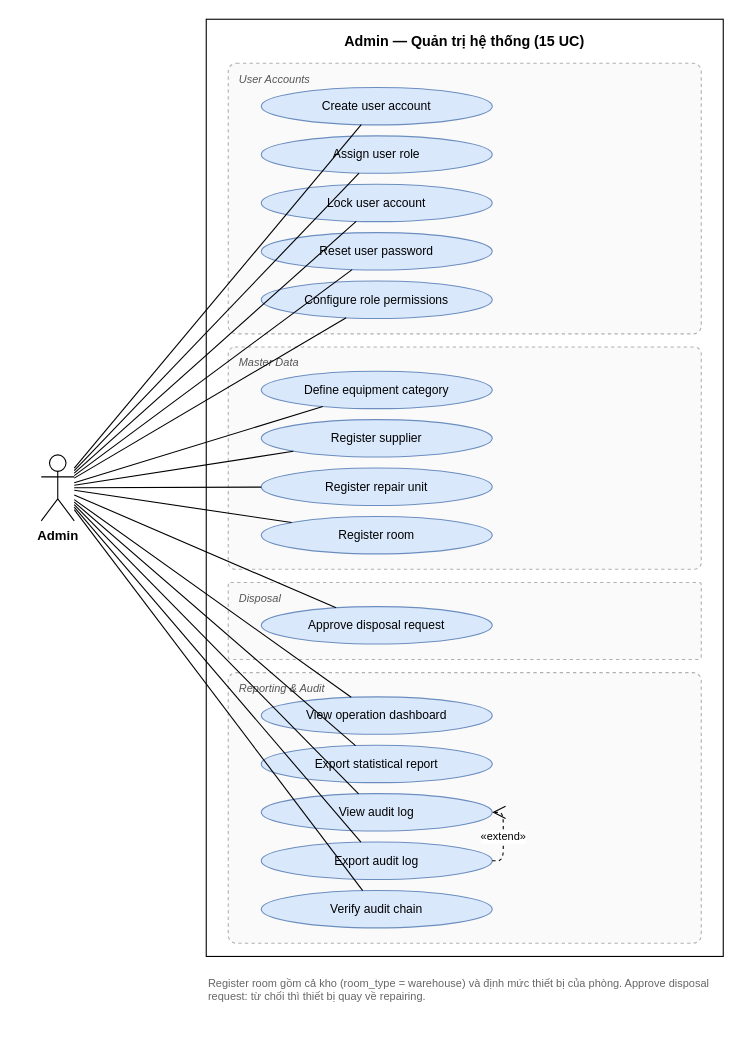
This is page "6. Admin" (6 of 6) of Actor_UseCase.drawio from Hoang-124/Ruo, a draw.io file, before an edit. Source tidied: cells renumbered, new cells numbered last; positions are measured from the earlier drawing's top-left corner, leaving out a move shared by most shapes. Both pictures are drawn from the tidied source at 110%, with x=0, y=0 at pixel (41, 19).
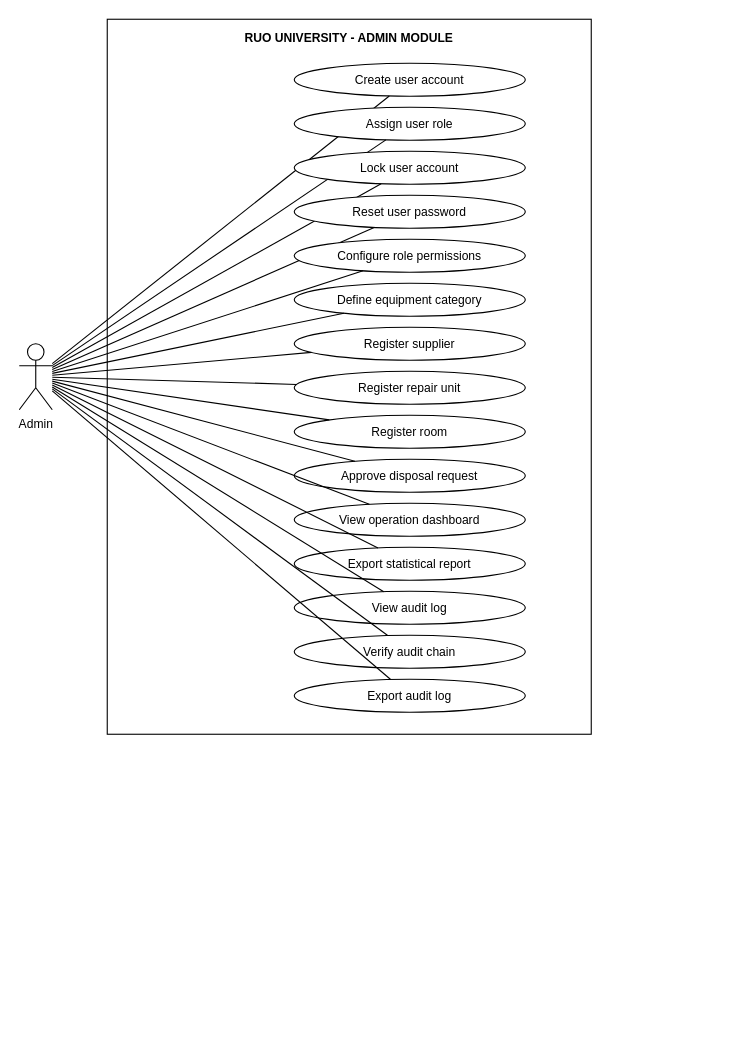
Above is the later version.

The edit, as a diff of the source:
```diff
@@
-    <mxCell id="2" value="Admin — Quản trị hệ thống (15 UC)" style="rounded=0;whiteSpace=wrap;html=1;fillColor=none;verticalAlign=top;align=center;fontSize=13;fontStyle=1;spacingTop=6;" parent="1" vertex="1">
-      <mxGeometry x="150" width="470" height="852" as="geometry" />
+    <mxCell id="2" value="RUO UNIVERSITY - ADMIN MODULE" style="rounded=0;whiteSpace=wrap;html=1;fillColor=none;verticalAlign=top;align=center;fontSize=11;fontStyle=1;spacingTop=4;" parent="1" vertex="1">
+      <mxGeometry x="60" width="440" height="650" as="geometry" />
     </mxCell>
-    <mxCell id="3" value="User Accounts" style="ruoFrame=1;rounded=1;arcSize=3;whiteSpace=wrap;html=1;dashed=1;fillColor=#fafafa;strokeColor=#b0b0b0;verticalAlign=top;align=left;spacingLeft=8;spacingTop=2;fontSize=10;fontStyle=2;fontColor=#555555;" parent="1" vertex="1">
-      <mxGeometry x="170" y="40" width="430" height="246" as="geometry" />
-    </mxCell>
-    <mxCell id="4" value="Master Data" style="ruoFrame=1;rounded=1;arcSize=3;whiteSpace=wrap;html=1;dashed=1;fillColor=#fafafa;strokeColor=#b0b0b0;verticalAlign=top;align=left;spacingLeft=8;spacingTop=2;fontSize=10;fontStyle=2;fontColor=#555555;" parent="1" vertex="1">
-      <mxGeometry x="170" y="298" width="430" height="202" as="geometry" />
-    </mxCell>
-    <mxCell id="5" value="Disposal" style="ruoFrame=1;rounded=1;arcSize=3;whiteSpace=wrap;html=1;dashed=1;fillColor=#fafafa;strokeColor=#b0b0b0;verticalAlign=top;align=left;spacingLeft=8;spacingTop=2;fontSize=10;fontStyle=2;fontColor=#555555;" parent="1" vertex="1">
-      <mxGeometry x="170" y="512" width="430" height="70" as="geometry" />
-    </mxCell>
-    <mxCell id="6" value="Reporting &amp; Audit" style="ruoFrame=1;rounded=1;arcSize=3;whiteSpace=wrap;html=1;dashed=1;fillColor=#fafafa;strokeColor=#b0b0b0;verticalAlign=top;align=left;spacingLeft=8;spacingTop=2;fontSize=10;fontStyle=2;fontColor=#555555;" parent="1" vertex="1">
-      <mxGeometry x="170" y="594" width="430" height="246" as="geometry" />
-    </mxCell>
+    <mxCell id="22" value="Admin" style="shape=umlActor;verticalLabelPosition=bottom;verticalAlign=top;html=1;outlineConnect=0;fontSize=11;" parent="1" vertex="1">
+      <mxGeometry x="-20" y="295" width="30" height="60" as="geometry" />
+    </mxCell>
-    <mxCell id="7" value="Create user account" style="ellipse;whiteSpace=wrap;html=1;fontSize=11;fillColor=#dae8fc;strokeColor=#6c8ebf;" parent="1" vertex="1">
-      <mxGeometry x="200" y="62" width="210" height="34" as="geometry" />
+    <mxCell id="7" value="Create user account" style="ellipse;whiteSpace=wrap;html=1;fontSize=11;fillColor=#ffffff;strokeColor=#000000;" parent="1" vertex="1">
+      <mxGeometry x="230" y="40" width="210" height="30" as="geometry" />
     </mxCell>
+    <mxCell id="40" style="endArrow=none;html=1;rounded=0;strokeWidth=1;" parent="1" edge="1" source="22" target="7">
+      <mxGeometry relative="1" as="geometry" />
+    </mxCell>
-    <mxCell id="8" value="Assign user role" style="ellipse;whiteSpace=wrap;html=1;fontSize=11;fillColor=#dae8fc;strokeColor=#6c8ebf;" parent="1" vertex="1">
-      <mxGeometry x="200" y="106" width="210" height="34" as="geometry" />
+    <mxCell id="8" value="Assign user role" style="ellipse;whiteSpace=wrap;html=1;fontSize=11;fillColor=#ffffff;strokeColor=#000000;" parent="1" vertex="1">
+      <mxGeometry x="230" y="80" width="210" height="30" as="geometry" />
     </mxCell>
+    <mxCell id="23" style="endArrow=none;html=1;rounded=0;strokeWidth=1;" parent="1" edge="1" source="22" target="8">
+      <mxGeometry relative="1" as="geometry" />
+    </mxCell>
-    <mxCell id="9" value="Lock user account" style="ellipse;whiteSpace=wrap;html=1;fontSize=11;fillColor=#dae8fc;strokeColor=#6c8ebf;" parent="1" vertex="1">
-      <mxGeometry x="200" y="150" width="210" height="34" as="geometry" />
+    <mxCell id="9" value="Lock user account" style="ellipse;whiteSpace=wrap;html=1;fontSize=11;fillColor=#ffffff;strokeColor=#000000;" parent="1" vertex="1">
+      <mxGeometry x="230" y="120" width="210" height="30" as="geometry" />
     </mxCell>
+    <mxCell id="24" style="endArrow=none;html=1;rounded=0;strokeWidth=1;" parent="1" edge="1" source="22" target="9">
+      <mxGeometry relative="1" as="geometry" />
+    </mxCell>
-    <mxCell id="10" value="Reset user password" style="ellipse;whiteSpace=wrap;html=1;fontSize=11;fillColor=#dae8fc;strokeColor=#6c8ebf;" parent="1" vertex="1">
-      <mxGeometry x="200" y="194" width="210" height="34" as="geometry" />
+    <mxCell id="10" value="Reset user password" style="ellipse;whiteSpace=wrap;html=1;fontSize=11;fillColor=#ffffff;strokeColor=#000000;" parent="1" vertex="1">
+      <mxGeometry x="230" y="160" width="210" height="30" as="geometry" />
     </mxCell>
+    <mxCell id="25" style="endArrow=none;html=1;rounded=0;strokeWidth=1;" parent="1" edge="1" source="22" target="10">
+      <mxGeometry relative="1" as="geometry" />
+    </mxCell>
-    <mxCell id="11" value="Configure role permissions" style="ellipse;whiteSpace=wrap;html=1;fontSize=11;fillColor=#dae8fc;strokeColor=#6c8ebf;" parent="1" vertex="1">
-      <mxGeometry x="200" y="238" width="210" height="34" as="geometry" />
+    <mxCell id="11" value="Configure role permissions" style="ellipse;whiteSpace=wrap;html=1;fontSize=11;fillColor=#ffffff;strokeColor=#000000;" parent="1" vertex="1">
+      <mxGeometry x="230" y="200" width="210" height="30" as="geometry" />
     </mxCell>
+    <mxCell id="26" style="endArrow=none;html=1;rounded=0;strokeWidth=1;" parent="1" edge="1" source="22" target="11">
+      <mxGeometry relative="1" as="geometry" />
+    </mxCell>
-    <mxCell id="12" value="Define equipment category" style="ellipse;whiteSpace=wrap;html=1;fontSize=11;fillColor=#dae8fc;strokeColor=#6c8ebf;" parent="1" vertex="1">
-      <mxGeometry x="200" y="320" width="210" height="34" as="geometry" />
+    <mxCell id="12" value="Define equipment category" style="ellipse;whiteSpace=wrap;html=1;fontSize=11;fillColor=#ffffff;strokeColor=#000000;" parent="1" vertex="1">
+      <mxGeometry x="230" y="240" width="210" height="30" as="geometry" />
     </mxCell>
+    <mxCell id="27" style="endArrow=none;html=1;rounded=0;strokeWidth=1;" parent="1" edge="1" source="22" target="12">
+      <mxGeometry relative="1" as="geometry" />
+    </mxCell>
-    <mxCell id="13" value="Register supplier" style="ellipse;whiteSpace=wrap;html=1;fontSize=11;fillColor=#dae8fc;strokeColor=#6c8ebf;" parent="1" vertex="1">
-      <mxGeometry x="200" y="364" width="210" height="34" as="geometry" />
+    <mxCell id="13" value="Register supplier" style="ellipse;whiteSpace=wrap;html=1;fontSize=11;fillColor=#ffffff;strokeColor=#000000;" parent="1" vertex="1">
+      <mxGeometry x="230" y="280" width="210" height="30" as="geometry" />
     </mxCell>
+    <mxCell id="28" style="endArrow=none;html=1;rounded=0;strokeWidth=1;" parent="1" edge="1" source="22" target="13">
+      <mxGeometry relative="1" as="geometry" />
+    </mxCell>
-    <mxCell id="14" value="Register repair unit" style="ellipse;whiteSpace=wrap;html=1;fontSize=11;fillColor=#dae8fc;strokeColor=#6c8ebf;" parent="1" vertex="1">
-      <mxGeometry x="200" y="408" width="210" height="34" as="geometry" />
+    <mxCell id="14" value="Register repair unit" style="ellipse;whiteSpace=wrap;html=1;fontSize=11;fillColor=#ffffff;strokeColor=#000000;" parent="1" vertex="1">
+      <mxGeometry x="230" y="320" width="210" height="30" as="geometry" />
     </mxCell>
+    <mxCell id="29" style="endArrow=none;html=1;rounded=0;strokeWidth=1;" parent="1" edge="1" source="22" target="14">
+      <mxGeometry relative="1" as="geometry" />
+    </mxCell>
-    <mxCell id="15" value="Register room" style="ellipse;whiteSpace=wrap;html=1;fontSize=11;fillColor=#dae8fc;strokeColor=#6c8ebf;" parent="1" vertex="1">
-      <mxGeometry x="200" y="452" width="210" height="34" as="geometry" />
+    <mxCell id="15" value="Register room" style="ellipse;whiteSpace=wrap;html=1;fontSize=11;fillColor=#ffffff;strokeColor=#000000;" parent="1" vertex="1">
+      <mxGeometry x="230" y="360" width="210" height="30" as="geometry" />
     </mxCell>
+    <mxCell id="30" style="endArrow=none;html=1;rounded=0;strokeWidth=1;" parent="1" edge="1" source="22" target="15">
+      <mxGeometry relative="1" as="geometry" />
+    </mxCell>
-    <mxCell id="16" value="Approve disposal request" style="ellipse;whiteSpace=wrap;html=1;fontSize=11;fillColor=#dae8fc;strokeColor=#6c8ebf;" parent="1" vertex="1">
-      <mxGeometry x="200" y="534" width="210" height="34" as="geometry" />
+    <mxCell id="16" value="Approve disposal request" style="ellipse;whiteSpace=wrap;html=1;fontSize=11;fillColor=#ffffff;strokeColor=#000000;" parent="1" vertex="1">
+      <mxGeometry x="230" y="400" width="210" height="30" as="geometry" />
     </mxCell>
+    <mxCell id="31" style="endArrow=none;html=1;rounded=0;strokeWidth=1;" parent="1" edge="1" source="22" target="16">
+      <mxGeometry relative="1" as="geometry" />
+    </mxCell>
-    <mxCell id="17" value="View operation dashboard" style="ellipse;whiteSpace=wrap;html=1;fontSize=11;fillColor=#dae8fc;strokeColor=#6c8ebf;" parent="1" vertex="1">
-      <mxGeometry x="200" y="616" width="210" height="34" as="geometry" />
+    <mxCell id="17" value="View operation dashboard" style="ellipse;whiteSpace=wrap;html=1;fontSize=11;fillColor=#ffffff;strokeColor=#000000;" parent="1" vertex="1">
+      <mxGeometry x="230" y="440" width="210" height="30" as="geometry" />
     </mxCell>
+    <mxCell id="32" style="endArrow=none;html=1;rounded=0;strokeWidth=1;" parent="1" edge="1" source="22" target="17">
+      <mxGeometry relative="1" as="geometry" />
+    </mxCell>
-    <mxCell id="18" value="Export statistical report" style="ellipse;whiteSpace=wrap;html=1;fontSize=11;fillColor=#dae8fc;strokeColor=#6c8ebf;" parent="1" vertex="1">
-      <mxGeometry x="200" y="660" width="210" height="34" as="geometry" />
+    <mxCell id="18" value="Export statistical report" style="ellipse;whiteSpace=wrap;html=1;fontSize=11;fillColor=#ffffff;strokeColor=#000000;" parent="1" vertex="1">
+      <mxGeometry x="230" y="480" width="210" height="30" as="geometry" />
     </mxCell>
+    <mxCell id="33" style="endArrow=none;html=1;rounded=0;strokeWidth=1;" parent="1" edge="1" source="22" target="18">
+      <mxGeometry relative="1" as="geometry" />
+    </mxCell>
-    <mxCell id="19" value="View audit log" style="ellipse;whiteSpace=wrap;html=1;fontSize=11;fillColor=#dae8fc;strokeColor=#6c8ebf;" parent="1" vertex="1">
-      <mxGeometry x="200" y="704" width="210" height="34" as="geometry" />
+    <mxCell id="19" value="View audit log" style="ellipse;whiteSpace=wrap;html=1;fontSize=11;fillColor=#ffffff;strokeColor=#000000;" parent="1" vertex="1">
+      <mxGeometry x="230" y="520" width="210" height="30" as="geometry" />
     </mxCell>
+    <mxCell id="34" style="endArrow=none;html=1;rounded=0;strokeWidth=1;" parent="1" edge="1" source="22" target="19">
+      <mxGeometry relative="1" as="geometry" />
+    </mxCell>
+    <mxCell id="21" value="Verify audit chain" style="ellipse;whiteSpace=wrap;html=1;fontSize=11;fillColor=#ffffff;strokeColor=#000000;" parent="1" vertex="1">
+      <mxGeometry x="230" y="560" width="210" height="30" as="geometry" />
+    </mxCell>
+    <mxCell id="35" style="endArrow=none;html=1;rounded=0;strokeWidth=1;" parent="1" edge="1" source="22" target="21">
+      <mxGeometry relative="1" as="geometry" />
+    </mxCell>
-    <mxCell id="20" value="Export audit log" style="ellipse;whiteSpace=wrap;html=1;fontSize=11;fillColor=#dae8fc;strokeColor=#6c8ebf;" parent="1" vertex="1">
-      <mxGeometry x="200" y="748" width="210" height="34" as="geometry" />
+    <mxCell id="20" value="Export audit log" style="ellipse;whiteSpace=wrap;html=1;fontSize=11;fillColor=#ffffff;strokeColor=#000000;" parent="1" vertex="1">
+      <mxGeometry x="230" y="600" width="210" height="30" as="geometry" />
     </mxCell>
-    <mxCell id="21" value="Verify audit chain" style="ellipse;whiteSpace=wrap;html=1;fontSize=11;fillColor=#dae8fc;strokeColor=#6c8ebf;" parent="1" vertex="1">
-      <mxGeometry x="200" y="792" width="210" height="34" as="geometry" />
-    </mxCell>
-    <mxCell id="22" value="Admin" style="shape=umlActor;verticalLabelPosition=bottom;verticalAlign=top;html=1;outlineConnect=0;fontSize=12;fontStyle=1;" parent="1" vertex="1">
-      <mxGeometry y="396" width="30" height="60" as="geometry" />
-    </mxCell>
-    <mxCell id="23" style="endArrow=none;html=1;rounded=0;" parent="1" edge="1" source="22" target="7">
-      <mxGeometry relative="1" as="geometry" />
-    </mxCell>
-    <mxCell id="24" style="endArrow=none;html=1;rounded=0;" parent="1" edge="1" source="22" target="8">
-      <mxGeometry relative="1" as="geometry" />
-    </mxCell>
-    <mxCell id="25" style="endArrow=none;html=1;rounded=0;" parent="1" edge="1" source="22" target="9">
-      <mxGeometry relative="1" as="geometry" />
-    </mxCell>
-    <mxCell id="26" style="endArrow=none;html=1;rounded=0;" parent="1" edge="1" source="22" target="10">
-      <mxGeometry relative="1" as="geometry" />
-    </mxCell>
-    <mxCell id="27" style="endArrow=none;html=1;rounded=0;" parent="1" edge="1" source="22" target="11">
-      <mxGeometry relative="1" as="geometry" />
-    </mxCell>
-    <mxCell id="28" style="endArrow=none;html=1;rounded=0;" parent="1" edge="1" source="22" target="12">
-      <mxGeometry relative="1" as="geometry" />
-    </mxCell>
-    <mxCell id="29" style="endArrow=none;html=1;rounded=0;" parent="1" edge="1" source="22" target="13">
-      <mxGeometry relative="1" as="geometry" />
-    </mxCell>
-    <mxCell id="30" style="endArrow=none;html=1;rounded=0;" parent="1" edge="1" source="22" target="14">
-      <mxGeometry relative="1" as="geometry" />
-    </mxCell>
-    <mxCell id="31" style="endArrow=none;html=1;rounded=0;" parent="1" edge="1" source="22" target="15">
-      <mxGeometry relative="1" as="geometry" />
-    </mxCell>
-    <mxCell id="32" style="endArrow=none;html=1;rounded=0;" parent="1" edge="1" source="22" target="16">
-      <mxGeometry relative="1" as="geometry" />
-    </mxCell>
-    <mxCell id="33" style="endArrow=none;html=1;rounded=0;" parent="1" edge="1" source="22" target="17">
-      <mxGeometry relative="1" as="geometry" />
-    </mxCell>
-    <mxCell id="34" style="endArrow=none;html=1;rounded=0;" parent="1" edge="1" source="22" target="18">
-      <mxGeometry relative="1" as="geometry" />
-    </mxCell>
-    <mxCell id="35" style="endArrow=none;html=1;rounded=0;" parent="1" edge="1" source="22" target="19">
-      <mxGeometry relative="1" as="geometry" />
-    </mxCell>
-    <mxCell id="36" style="endArrow=none;html=1;rounded=0;" parent="1" edge="1" source="22" target="20">
+    <mxCell id="36" style="endArrow=none;html=1;rounded=0;strokeWidth=1;" parent="1" edge="1" source="22" target="20">
       <mxGeometry relative="1" as="geometry" />
     </mxCell>
-    <mxCell id="37" style="endArrow=none;html=1;rounded=0;" parent="1" edge="1" source="22" target="21">
-      <mxGeometry relative="1" as="geometry" />
-    </mxCell>
-    <mxCell id="38" value="«extend»" style="endArrow=open;endSize=10;dashed=1;html=1;fontSize=10;labelBackgroundColor=#ffffff;edgeStyle=orthogonalEdgeStyle;rounded=1;exitX=1;exitY=0.5;exitDx=0;exitDy=0;entryX=1;entryY=0.5;entryDx=0;entryDy=0;" parent="1" edge="1" source="20" target="19">
-      <mxGeometry relative="1" as="geometry" />
-    </mxCell>
-    <mxCell id="39" value="Register room gồm cả kho (room_type = warehouse) và định mức thiết bị của phòng. Approve disposal request: từ chối thì thiết bị quay về repairing." style="text;html=1;align=left;verticalAlign=top;fontSize=10;fontColor=#666666;whiteSpace=wrap;" parent="1" vertex="1">
-      <mxGeometry x="150" y="864" width="470" height="60" as="geometry" />
-    </mxCell>
```
